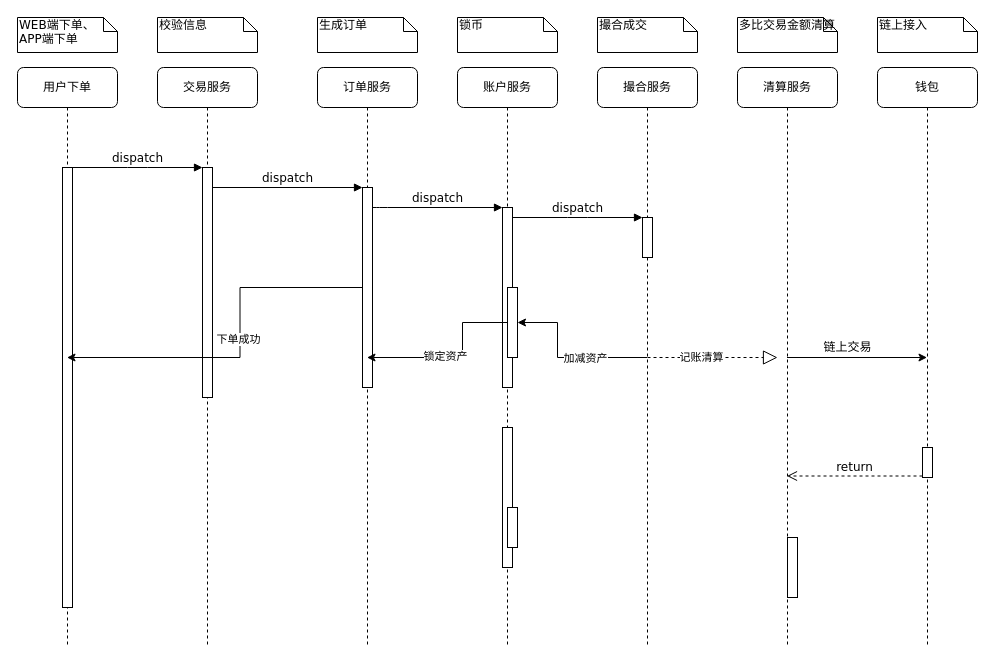
Above: Untitled Diagram.drawio in ireliacolin/geekbang-homework (draw.io), before the change. Source tidied: cells renumbered, new cells numbered last; positions are measured from the earlier drawing's top-left corner, leaving out a move shared by most shapes. Both pictures are drawn from the tidied source at 100%, with x=0, y=0 at pixel (17, 17).
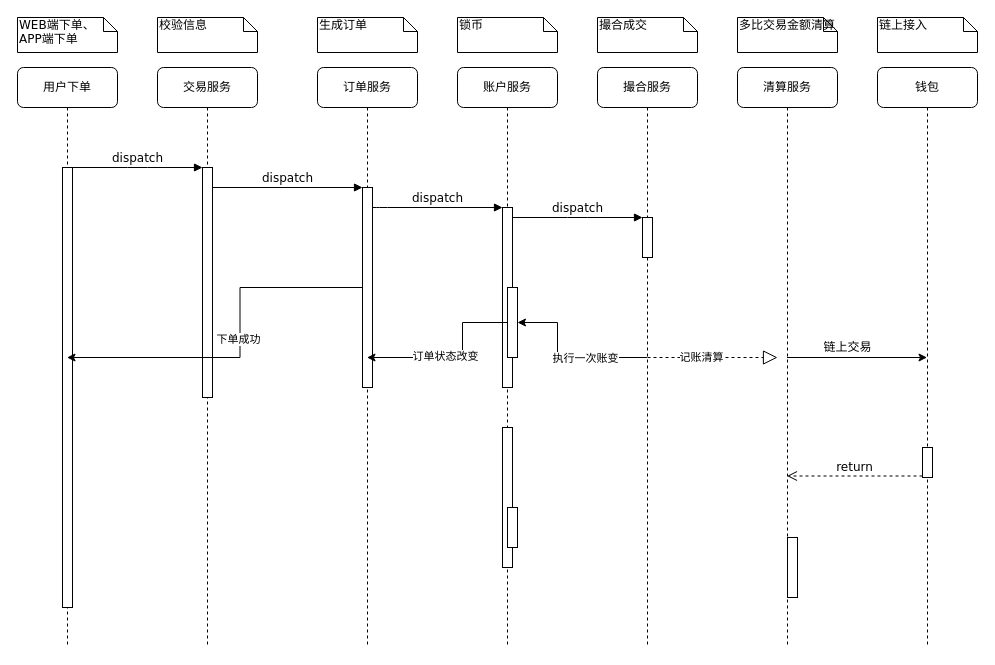
After the change.

The change refers to these unchanged cells:
```xml
<mxCell id="7" style="edgeStyle=orthogonalEdgeStyle;rounded=0;jettySize=auto;html=1;" parent="1" edge="1" source="9" target="29">
  <mxGeometry relative="1" as="geometry" />
</mxCell>
<mxCell id="27" style="edgeStyle=orthogonalEdgeStyle;rounded=0;jettySize=auto;html=1;" parent="1" edge="1" source="29" target="4">
  <mxGeometry relative="1" as="geometry" />
</mxCell>
```

The edit, as a diff of the source:
```diff
@@
-    <mxCell id="8" value="加减资产" style="edgeLabel;html=1;align=center;verticalAlign=middle;" parent="7" vertex="1">
+    <mxCell id="8" value="执行一次账变" style="edgeLabel;html=1;align=center;verticalAlign=middle;" parent="7" vertex="1">
       <mxGeometry x="-0.24" relative="1" as="geometry">
         <mxPoint x="1" as="offset" />
       </mxGeometry>
     </mxCell>
@@
-    <mxCell id="28" value="锁定资产" style="edgeLabel;html=1;align=center;verticalAlign=middle;" parent="27" vertex="1">
+    <mxCell id="28" value="订单状态改变" style="edgeLabel;html=1;align=center;verticalAlign=middle;" parent="27" vertex="1">
       <mxGeometry x="0.12" y="-2" relative="1" as="geometry" />
     </mxCell>
```
